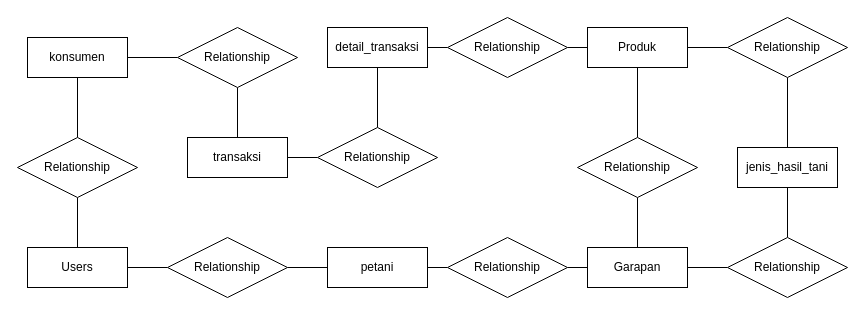
The draw.io diagram CDM.drawio in zzarr/Project3-design-diagram, before the edit. Source tidied: cells renumbered, new cells numbered last; positions are measured from the earlier drawing's top-left corner, leaving out a move shared by most shapes. Both pictures are drawn from the tidied source at 100%, with x=0, y=0 at pixel (17, 17).
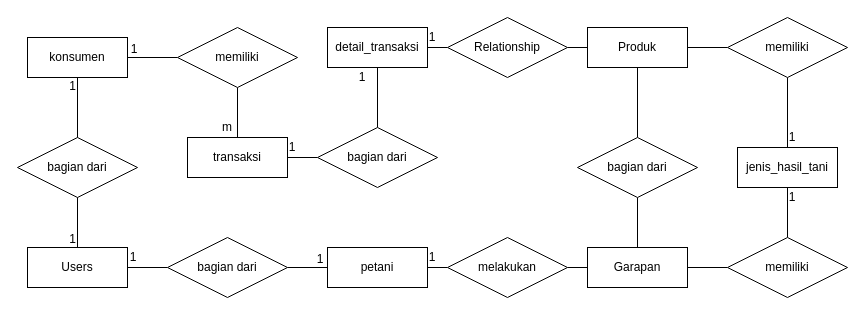
Above is the later version.

Unchanged cells that the change refers to:
```xml
<mxCell id="3" value="Users" style="whiteSpace=wrap;html=1;align=center;" parent="1" vertex="1">
  <mxGeometry x="10" y="230" width="100" height="40" as="geometry" />
</mxCell>
<mxCell id="5" value="konsumen" style="whiteSpace=wrap;html=1;align=center;" parent="1" vertex="1">
  <mxGeometry x="10" y="20" width="100" height="40" as="geometry" />
</mxCell>
```

Diff of the diagram source:
```diff
@@
-    <mxCell id="4" style="edgeStyle=orthogonalEdgeStyle;rounded=0;jettySize=auto;html=1;exitX=0.5;exitY=1;exitDx=0;exitDy=0;entryX=0.5;entryY=0;entryDx=0;entryDy=0;endArrow=none;endFill=0;" parent="1" edge="1" source="5" target="12">
-      <mxGeometry relative="1" as="geometry" />
-    </mxCell>
@@
-    <mxCell id="10" value="Relationship" style="shape=rhombus;perimeter=rhombusPerimeter;whiteSpace=wrap;html=1;align=center;" parent="1" vertex="1">
+    <mxCell id="10" value="bagian dari" style="shape=rhombus;perimeter=rhombusPerimeter;whiteSpace=wrap;html=1;align=center;" parent="1" vertex="1">
       <mxGeometry x="150" y="220" width="120" height="60" as="geometry" />
     </mxCell>
-    <mxCell id="11" style="edgeStyle=orthogonalEdgeStyle;rounded=0;jettySize=auto;html=1;exitX=0.5;exitY=1;exitDx=0;exitDy=0;entryX=0.5;entryY=0;entryDx=0;entryDy=0;endArrow=none;endFill=0;" parent="1" edge="1" source="12" target="3">
-      <mxGeometry relative="1" as="geometry" />
-    </mxCell>
-    <mxCell id="12" value="Relationship" style="shape=rhombus;perimeter=rhombusPerimeter;whiteSpace=wrap;html=1;align=center;" parent="1" vertex="1">
+    <mxCell id="12" value="bagian dari" style="shape=rhombus;perimeter=rhombusPerimeter;whiteSpace=wrap;html=1;align=center;" parent="1" vertex="1">
       <mxGeometry y="120" width="120" height="60" as="geometry" />
     </mxCell>
@@
-    <mxCell id="17" value="Relationship" style="shape=rhombus;perimeter=rhombusPerimeter;whiteSpace=wrap;html=1;align=center;" parent="1" vertex="1">
+    <mxCell id="17" value="melakukan" style="shape=rhombus;perimeter=rhombusPerimeter;whiteSpace=wrap;html=1;align=center;" parent="1" vertex="1">
       <mxGeometry x="430" y="220" width="120" height="60" as="geometry" />
     </mxCell>
@@
-    <mxCell id="26" value="Relationship" style="shape=rhombus;perimeter=rhombusPerimeter;whiteSpace=wrap;html=1;align=center;" parent="1" vertex="1">
+    <mxCell id="26" value="memiliki" style="shape=rhombus;perimeter=rhombusPerimeter;whiteSpace=wrap;html=1;align=center;" parent="1" vertex="1">
       <mxGeometry x="710" y="220" width="120" height="60" as="geometry" />
     </mxCell>
@@
-    <mxCell id="28" value="Relationship" style="shape=rhombus;perimeter=rhombusPerimeter;whiteSpace=wrap;html=1;align=center;" parent="1" vertex="1">
+    <mxCell id="28" value="bagian dari" style="shape=rhombus;perimeter=rhombusPerimeter;whiteSpace=wrap;html=1;align=center;" parent="1" vertex="1">
       <mxGeometry x="560" y="120" width="120" height="60" as="geometry" />
     </mxCell>
@@
-    <mxCell id="30" value="Relationship" style="shape=rhombus;perimeter=rhombusPerimeter;whiteSpace=wrap;html=1;align=center;" parent="1" vertex="1">
+    <mxCell id="30" value="memiliki" style="shape=rhombus;perimeter=rhombusPerimeter;whiteSpace=wrap;html=1;align=center;" parent="1" vertex="1">
       <mxGeometry x="710" width="120" height="60" as="geometry" />
     </mxCell>
@@
-    <mxCell id="33" value="Relationship" style="shape=rhombus;perimeter=rhombusPerimeter;whiteSpace=wrap;html=1;align=center;" parent="1" vertex="1">
+    <mxCell id="33" value="memiliki" style="shape=rhombus;perimeter=rhombusPerimeter;whiteSpace=wrap;html=1;align=center;" parent="1" vertex="1">
       <mxGeometry x="160" y="10" width="120" height="60" as="geometry" />
     </mxCell>
@@
-    <mxCell id="35" value="Relationship" style="shape=rhombus;perimeter=rhombusPerimeter;whiteSpace=wrap;html=1;align=center;" parent="1" vertex="1">
+    <mxCell id="35" value="bagian dari" style="shape=rhombus;perimeter=rhombusPerimeter;whiteSpace=wrap;html=1;align=center;" parent="1" vertex="1">
       <mxGeometry x="300" y="110" width="120" height="60" as="geometry" />
     </mxCell>
@@
+    <mxCell id="11" style="endArrow=none;html=1;rounded=0;entryX=0.5;entryY=0;entryDx=0;entryDy=0;exitX=0.5;exitY=1;exitDx=0;exitDy=0;" parent="1" edge="1" source="12" target="3">
+      <mxGeometry relative="1" as="geometry" />
+    </mxCell>
+    <mxCell id="38" value="1" style="html=1;whiteSpace=wrap;align=right;verticalAlign=bottom;" parent="11" vertex="1">
+      <mxGeometry x="1" relative="1" as="geometry" />
+    </mxCell>
+    <mxCell id="39" style="endArrow=none;html=1;rounded=0;entryX=0.5;entryY=1;entryDx=0;entryDy=0;" parent="1" edge="1" source="12" target="5">
+      <mxGeometry relative="1" as="geometry" />
+    </mxCell>
+    <mxCell id="40" value="1" style="html=1;whiteSpace=wrap;align=right;verticalAlign=bottom;" parent="39" vertex="1">
+      <mxGeometry x="1" relative="1" as="geometry">
+        <mxPoint y="17" as="offset" />
+      </mxGeometry>
+    </mxCell>
+    <mxCell id="41" value="1" style="text;html=1;align=center;verticalAlign=middle;whiteSpace=wrap;rounded=0;" parent="1" vertex="1">
+      <mxGeometry x="87" y="17" width="60" height="30" as="geometry" />
+    </mxCell>
+    <mxCell id="42" value="m" style="text;html=1;align=center;verticalAlign=middle;whiteSpace=wrap;rounded=0;" parent="1" vertex="1">
+      <mxGeometry x="195" y="100" width="30" height="20" as="geometry" />
+    </mxCell>
+    <mxCell id="43" value="1" style="text;html=1;align=center;verticalAlign=middle;whiteSpace=wrap;rounded=0;" parent="1" vertex="1">
+      <mxGeometry x="101" y="230" width="30" height="20" as="geometry" />
+    </mxCell>
+    <mxCell id="44" value="1" style="text;html=1;align=center;verticalAlign=middle;whiteSpace=wrap;rounded=0;" parent="1" vertex="1">
+      <mxGeometry x="288" y="232" width="30" height="20" as="geometry" />
+    </mxCell>
+    <mxCell id="45" value="1" style="text;html=1;align=center;verticalAlign=middle;whiteSpace=wrap;rounded=0;" parent="1" vertex="1">
+      <mxGeometry x="400" y="230" width="30" height="20" as="geometry" />
+    </mxCell>
+    <mxCell id="46" value="1" style="text;html=1;align=center;verticalAlign=middle;whiteSpace=wrap;rounded=0;" parent="1" vertex="1">
+      <mxGeometry x="760" y="170" width="30" height="20" as="geometry" />
+    </mxCell>
+    <mxCell id="47" value="1" style="text;html=1;align=center;verticalAlign=middle;whiteSpace=wrap;rounded=0;" parent="1" vertex="1">
+      <mxGeometry x="760" y="110" width="30" height="20" as="geometry" />
+    </mxCell>
+    <mxCell id="48" value="1" style="text;html=1;align=center;verticalAlign=middle;whiteSpace=wrap;rounded=0;" parent="1" vertex="1">
+      <mxGeometry x="260" y="120" width="30" height="20" as="geometry" />
+    </mxCell>
+    <mxCell id="49" value="1" style="text;html=1;align=center;verticalAlign=middle;whiteSpace=wrap;rounded=0;" parent="1" vertex="1">
+      <mxGeometry x="330" y="50" width="30" height="20" as="geometry" />
+    </mxCell>
+    <mxCell id="50" value="1" style="text;html=1;align=center;verticalAlign=middle;whiteSpace=wrap;rounded=0;" parent="1" vertex="1">
+      <mxGeometry x="400" y="10" width="30" height="20" as="geometry" />
+    </mxCell>
```
